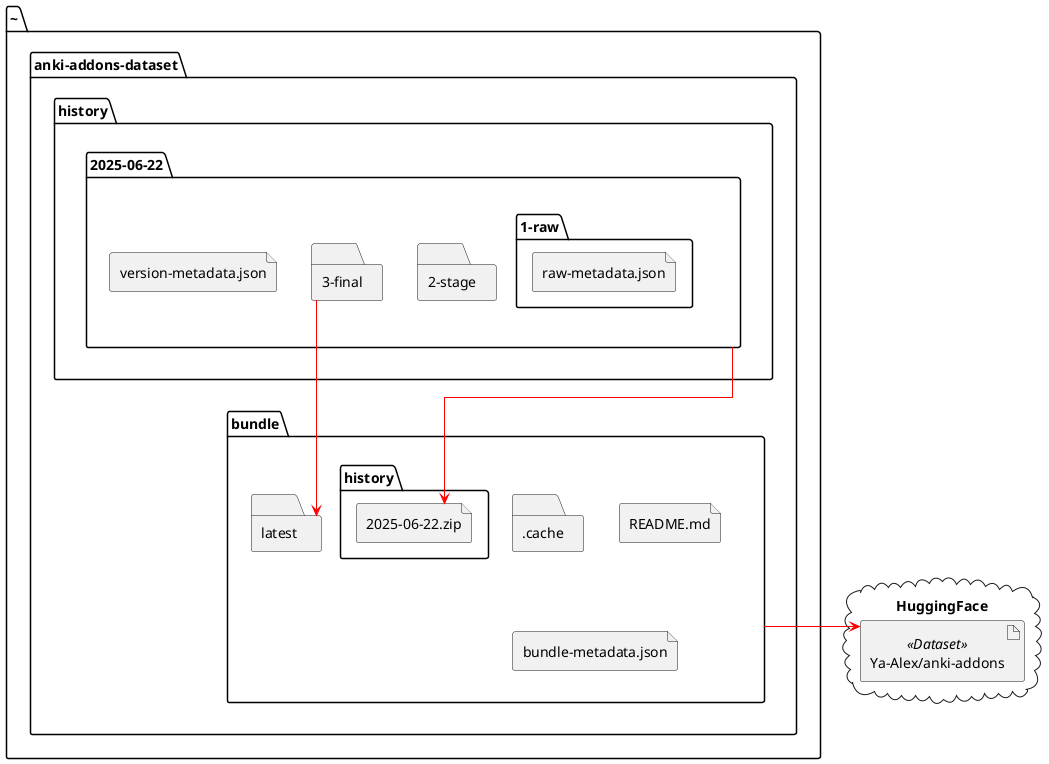
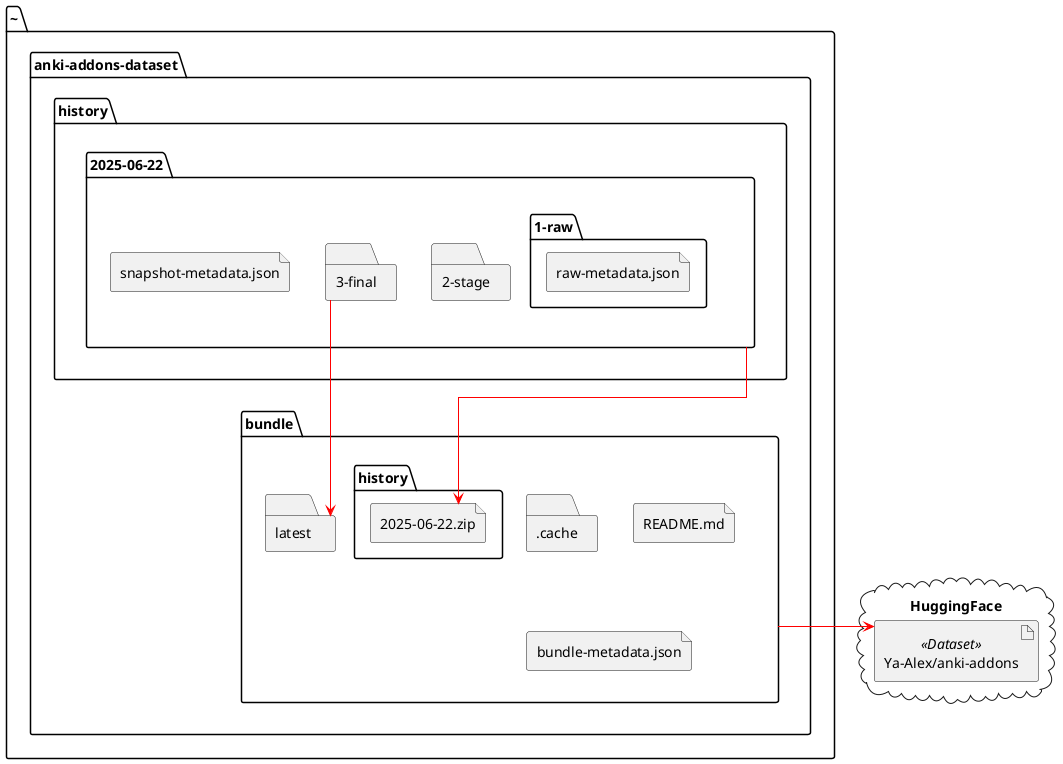
@startuml
skinparam linetype ortho
skinparam ArrowColor red

folder ~ {
    folder anki-addons-dataset {
        folder bundle {
        together {
            folder ".cache"
            file README.md
            file "bundle-metadata.json" as metadataJsonHistory
        }
        folder history as datasetHistory {
            file "2025-06-22.zip" as zip
        }
        folder latest
        }
        folder history {
            folder "2025-06-22" as historyDate {
            together {
                folder "1-raw" {
                    file "raw-metadata.json"
                }
                folder "2-stage"
                folder "3-final" as historyFinal
            }
-             file "version-metadata.json"  as versionMetadata
+             file "snapshot-metadata.json"  as snapshotMetadata
            }
        }
    }
}

cloud HuggingFace {
    artifact "Ya-Alex/anki-addons" as dataset <<Dataset>>
}

historyFinal --> latest
historyDate --> zip
bundle --> dataset

@enduml